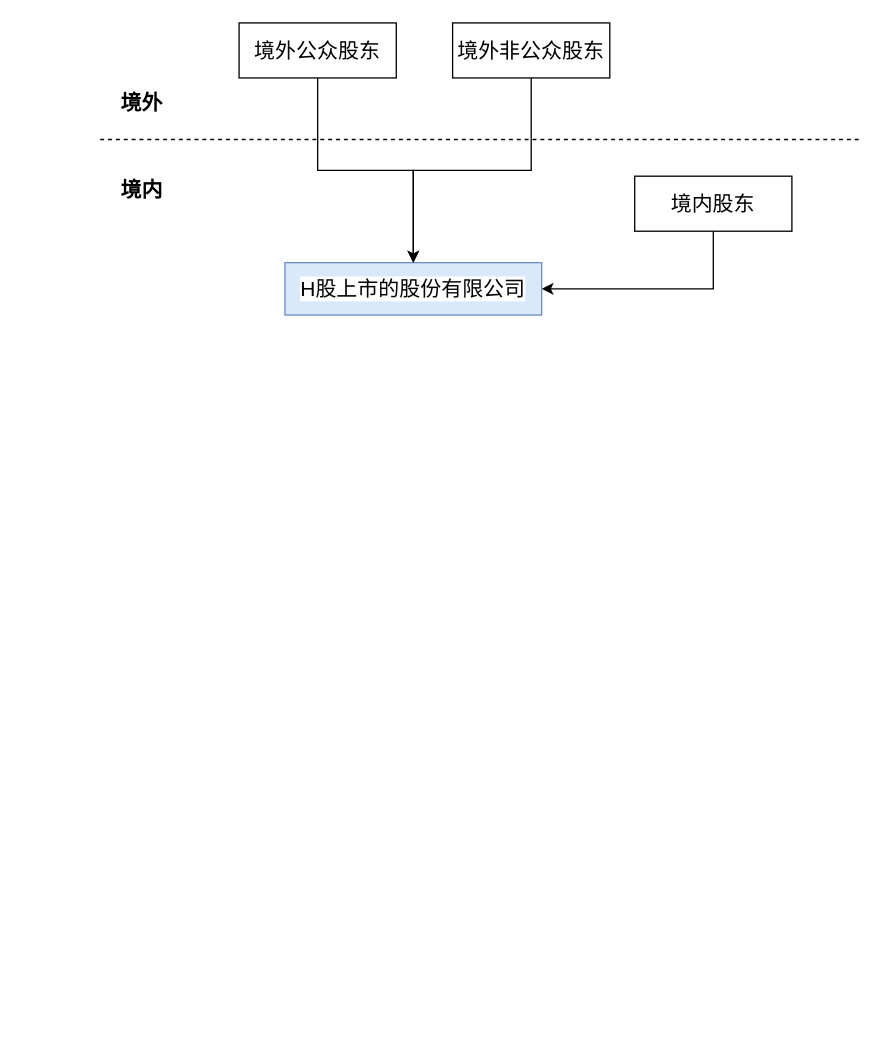
Before: IPO架构.drawio in jieli-0808/data, a draw.io diagram. Source tidied: cells renumbered, new cells numbered last; positions are measured from the earlier drawing's top-left corner, leaving out a move shared by most shapes. Both pictures are drawn from the tidied source at 131%, with x=0, y=0 at pixel (100, 22).
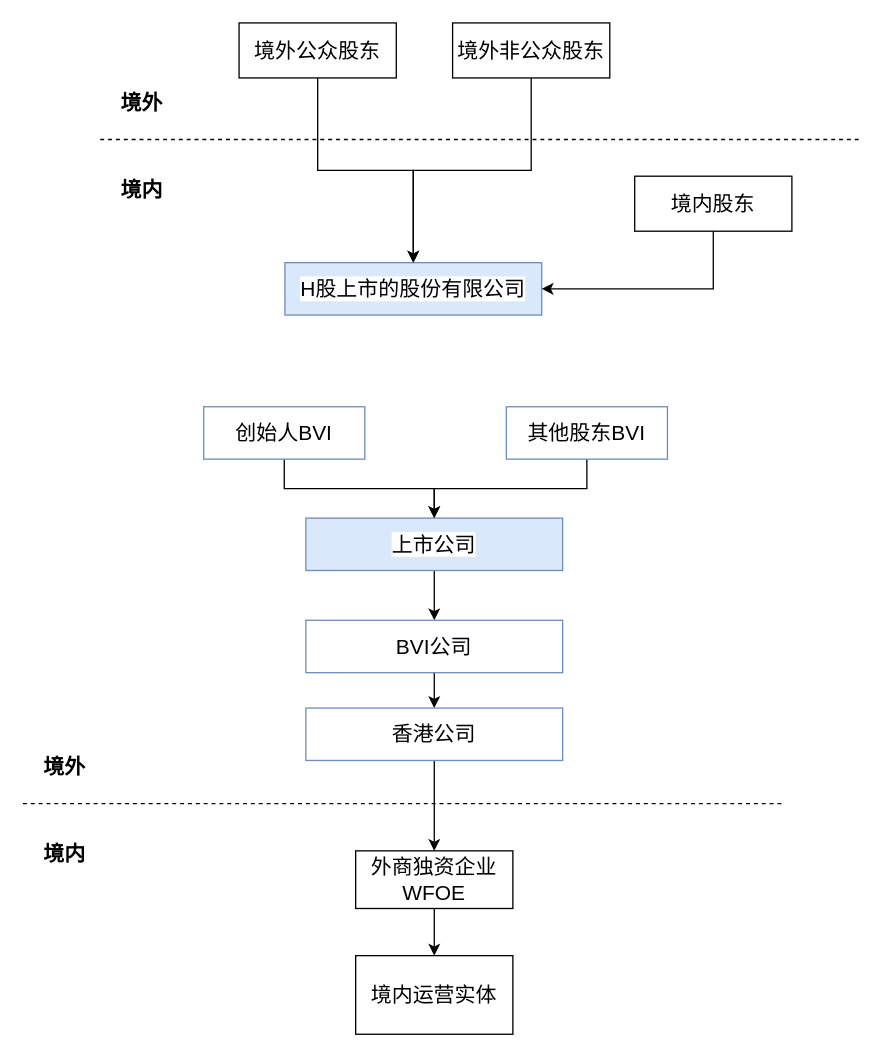
Above is the later version.

What changed in the source:
```diff
@@
+    <mxCell id="12" style="endArrow=none;dashed=1;html=1;rounded=0;" parent="1" edge="1">
+      <mxGeometry relative="1" as="geometry">
+        <mxPoint x="-59" y="596" as="sourcePoint" />
+        <mxPoint x="520" y="596" as="targetPoint" />
+      </mxGeometry>
+    </mxCell>
+    <mxCell id="13" value="境外" style="text;html=1;strokeColor=none;fillColor=none;align=center;verticalAlign=middle;whiteSpace=wrap;rounded=0;fontStyle=1;fontSize=16;" parent="1" vertex="1">
+      <mxGeometry x="-57" y="553" width="60" height="30" as="geometry" />
+    </mxCell>
+    <mxCell id="14" value="境内" style="text;html=1;strokeColor=none;fillColor=none;align=center;verticalAlign=middle;whiteSpace=wrap;rounded=0;fontSize=16;fontStyle=1;" parent="1" vertex="1">
+      <mxGeometry x="-57" y="619" width="60" height="30" as="geometry" />
+    </mxCell>
+    <mxCell id="15" style="edgeStyle=orthogonalEdgeStyle;rounded=0;jettySize=auto;html=1;fontSize=16;" parent="1" edge="1" source="16" target="18">
+      <mxGeometry relative="1" as="geometry" />
+    </mxCell>
+    <mxCell id="16" value="上市公司" style="rounded=0;whiteSpace=wrap;html=1;fontSize=16;labelBackgroundColor=default;labelBorderColor=none;fillColor=#dae8fc;strokeColor=#6c8ebf;" parent="1" vertex="1">
+      <mxGeometry x="157" y="378" width="196" height="40" as="geometry" />
+    </mxCell>
+    <mxCell id="17" style="edgeStyle=orthogonalEdgeStyle;rounded=0;jettySize=auto;html=1;fontSize=16;" parent="1" edge="1" source="18" target="20">
+      <mxGeometry relative="1" as="geometry" />
+    </mxCell>
+    <mxCell id="18" value="BVI公司" style="rounded=0;whiteSpace=wrap;html=1;fontSize=16;labelBackgroundColor=default;labelBorderColor=none;fillColor=none;strokeColor=#6c8ebf;" parent="1" vertex="1">
+      <mxGeometry x="157" y="456" width="196" height="40" as="geometry" />
+    </mxCell>
+    <mxCell id="19" style="edgeStyle=orthogonalEdgeStyle;rounded=0;jettySize=auto;html=1;exitX=0.5;exitY=1;exitDx=0;exitDy=0;fontSize=16;" parent="1" edge="1" source="20" target="22">
+      <mxGeometry relative="1" as="geometry" />
+    </mxCell>
+    <mxCell id="20" value="香港公司" style="rounded=0;whiteSpace=wrap;html=1;fontSize=16;labelBackgroundColor=default;labelBorderColor=none;fillColor=none;strokeColor=#6c8ebf;" parent="1" vertex="1">
+      <mxGeometry x="157" y="523" width="196" height="40" as="geometry" />
+    </mxCell>
+    <mxCell id="21" style="edgeStyle=orthogonalEdgeStyle;rounded=0;jettySize=auto;html=1;fontSize=16;" parent="1" edge="1" source="22" target="23">
+      <mxGeometry relative="1" as="geometry" />
+    </mxCell>
+    <mxCell id="22" value="外商独资企业&lt;br&gt;WFOE" style="rounded=0;whiteSpace=wrap;html=1;labelBackgroundColor=none;labelBorderColor=none;fontSize=16;" parent="1" vertex="1">
+      <mxGeometry x="195" y="632" width="120" height="44" as="geometry" />
+    </mxCell>
+    <mxCell id="23" value="境内运营实体" style="whiteSpace=wrap;html=1;fontSize=16;rounded=0;labelBackgroundColor=none;labelBorderColor=none;" parent="1" vertex="1">
+      <mxGeometry x="195" y="712" width="120" height="60" as="geometry" />
+    </mxCell>
+    <mxCell id="24" style="edgeStyle=orthogonalEdgeStyle;rounded=0;jettySize=auto;html=1;fontSize=16;" parent="1" edge="1" source="25" target="16">
+      <mxGeometry relative="1" as="geometry" />
+    </mxCell>
+    <mxCell id="25" value="创始人BVI" style="rounded=0;whiteSpace=wrap;html=1;fontSize=16;labelBackgroundColor=default;labelBorderColor=none;fillColor=none;strokeColor=#6c8ebf;" parent="1" vertex="1">
+      <mxGeometry x="79" y="293" width="123" height="40" as="geometry" />
+    </mxCell>
+    <mxCell id="26" style="edgeStyle=orthogonalEdgeStyle;rounded=0;jettySize=auto;html=1;exitX=0.5;exitY=1;exitDx=0;exitDy=0;entryX=0.5;entryY=0;entryDx=0;entryDy=0;fontSize=16;" parent="1" edge="1" source="27" target="16">
+      <mxGeometry relative="1" as="geometry" />
+    </mxCell>
+    <mxCell id="27" value="其他股东BVI" style="rounded=0;whiteSpace=wrap;html=1;fontSize=16;labelBackgroundColor=default;labelBorderColor=none;fillColor=none;strokeColor=#6c8ebf;" parent="1" vertex="1">
+      <mxGeometry x="310" y="293" width="123" height="40" as="geometry" />
+    </mxCell>
```
